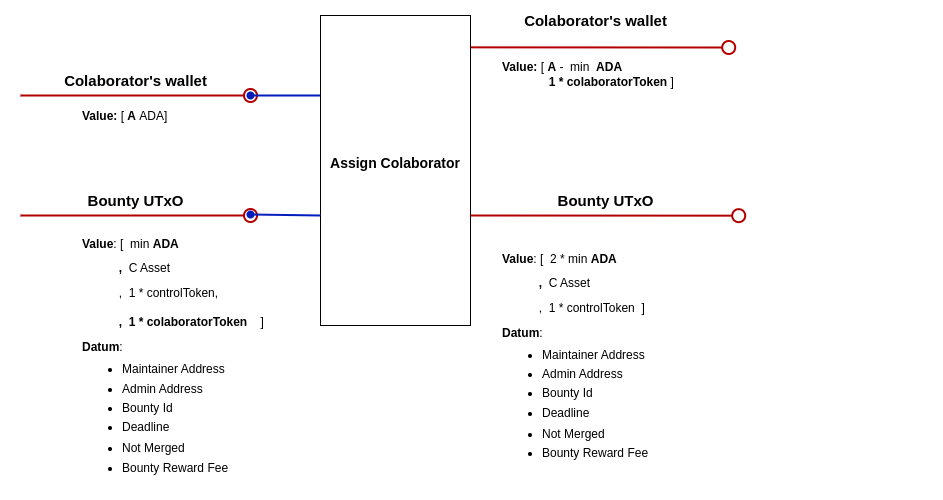
Above: docs/img/assignContributor.png in githoney-io/githoney-smart-contract (draw.io), before the change. Source tidied: cells renumbered, new cells last; positions are measured from the earlier drawing's top-left corner, leaving out a move shared by most shapes. Source of this version:
```xml
<mxGraphModel>
  <root>
    <mxCell id="0" />
    <mxCell id="1" parent="0" />
    <mxCell id="2" style="endArrow=oval;html=1;rounded=0;strokeWidth=2;fillColor=#e51400;strokeColor=#B20000;startArrow=none;startFill=0;endFill=0;endSize=13;" parent="1" edge="1">
      <mxGeometry relative="1" as="geometry">
        <mxPoint y="90" as="sourcePoint" />
        <mxPoint x="230" y="90" as="targetPoint" />
      </mxGeometry>
    </mxCell>
    <mxCell id="3" style="endArrow=oval;html=1;rounded=0;fillColor=#0050ef;strokeColor=#001DBC;shadow=0;strokeWidth=2;startArrow=none;startFill=0;endFill=1;endSize=6;" parent="1" edge="1">
      <mxGeometry relative="1" as="geometry">
        <mxPoint x="350" y="90" as="sourcePoint" />
        <mxPoint x="230" y="90" as="targetPoint" />
      </mxGeometry>
    </mxCell>
    <mxCell id="4" value="&lt;b&gt;Value: &lt;/b&gt;[&lt;b&gt;&amp;nbsp;A&lt;/b&gt;&amp;nbsp;ADA]" style="text;html=1;strokeColor=none;fillColor=none;align=left;verticalAlign=middle;whiteSpace=wrap;rounded=0;" parent="1" vertex="1">
      <mxGeometry x="60" y="90" width="174" height="41" as="geometry" />
    </mxCell>
    <mxCell id="5" style="endArrow=oval;html=1;rounded=0;strokeWidth=2;fillColor=#e51400;strokeColor=#B20000;startArrow=none;startFill=0;endFill=0;endSize=13;exitX=1.015;exitY=0.384;exitDx=0;exitDy=0;exitPerimeter=0;" parent="1" edge="1">
      <mxGeometry relative="1" as="geometry">
        <mxPoint x="440" y="41.8" as="sourcePoint" />
        <mxPoint x="708.2" y="42" as="targetPoint" />
      </mxGeometry>
    </mxCell>
    <mxCell id="6" value="&lt;b&gt;Value: &lt;/b&gt;[&lt;b&gt;&amp;nbsp;&lt;/b&gt;&lt;b&gt;A&lt;/b&gt;&amp;nbsp;-&amp;nbsp; min &lt;b&gt;&amp;nbsp;ADA&lt;/b&gt;&lt;div&gt;&lt;span style=&quot;background-color: initial;&quot;&gt;&lt;span style=&quot;white-space: pre;&quot;&gt;&#9;&lt;/span&gt;&amp;nbsp; &amp;nbsp; &amp;nbsp; &lt;b&gt;1 * colaboratorToken&lt;/b&gt; ]&lt;/span&gt;&lt;/div&gt;" style="text;html=1;strokeColor=none;fillColor=none;align=left;verticalAlign=middle;whiteSpace=wrap;rounded=0;" parent="1" vertex="1">
      <mxGeometry x="480" y="40" width="250" height="57" as="geometry" />
    </mxCell>
    <mxCell id="7" value="&lt;font style=&quot;&quot;&gt;&lt;span style=&quot;font-weight: bold; font-size: 14px;&quot;&gt;Assign Colaborator&lt;/span&gt;&lt;/font&gt;&lt;br&gt;&lt;font style=&quot;&quot;&gt;&lt;br&gt;&lt;/font&gt;" style="rounded=0;whiteSpace=wrap;html=1;" parent="1" vertex="1">
      <mxGeometry x="300" y="10" width="150" height="310" as="geometry" />
    </mxCell>
    <mxCell id="8" value="&lt;font style=&quot;font-size: 15px;&quot;&gt;&lt;b style=&quot;font-size: 12px;&quot;&gt;&lt;font style=&quot;font-size: 15px;&quot;&gt;Colaborator's wallet&lt;/font&gt;&lt;/b&gt;&lt;b&gt;&lt;br&gt;&lt;/b&gt;&lt;/font&gt;" style="text;html=1;align=center;verticalAlign=middle;strokeColor=none;fillColor=none;" parent="1" vertex="1">
      <mxGeometry x="30" y="60" width="170" height="30" as="geometry" />
    </mxCell>
    <mxCell id="9" value="&lt;font style=&quot;font-size: 15px;&quot;&gt;&lt;b&gt;Bounty UTxO&lt;/b&gt;&lt;/font&gt;" style="text;html=1;align=center;verticalAlign=middle;strokeColor=none;fillColor=none;" parent="1" vertex="1">
      <mxGeometry x="525" y="180" width="120" height="30" as="geometry" />
    </mxCell>
    <mxCell id="10" style="endArrow=oval;html=1;rounded=0;strokeWidth=2;fillColor=#e51400;strokeColor=#B20000;startArrow=none;startFill=0;endFill=0;endSize=13;exitX=1.015;exitY=0.384;exitDx=0;exitDy=0;exitPerimeter=0;" parent="1" edge="1">
      <mxGeometry relative="1" as="geometry">
        <mxPoint x="450" y="210" as="sourcePoint" />
        <mxPoint x="718.2" y="210.2" as="targetPoint" />
      </mxGeometry>
    </mxCell>
    <mxCell id="11" value="&lt;p style=&quot;line-height: 100%;&quot;&gt;&lt;b&gt;Value&lt;/b&gt;: [&amp;nbsp; min&lt;b&gt;&amp;nbsp;ADA&lt;/b&gt;&lt;/p&gt;&lt;p style=&quot;line-height: 100%;&quot;&gt;&lt;b&gt;&lt;span style=&quot;white-space: pre;&quot;&gt;&#9;&lt;/span&gt;&amp;nbsp; &amp;nbsp;,&amp;nbsp; &lt;/b&gt;C Asset&lt;br&gt;&lt;/p&gt;&lt;span style=&quot;background-color: initial;&quot;&gt;&amp;nbsp; &amp;nbsp; &amp;nbsp; &amp;nbsp; &amp;nbsp; &amp;nbsp;,&amp;nbsp; 1 * controlToken,&lt;/span&gt;&lt;div&gt;&lt;br&gt;&lt;div&gt;&lt;b style=&quot;background-color: initial;&quot;&gt;&lt;span style=&quot;white-space: pre;&quot;&gt;&#9;&lt;/span&gt;&amp;nbsp; &amp;nbsp;,&amp;nbsp; &lt;/b&gt;&lt;span style=&quot;background-color: initial;&quot;&gt;&lt;b&gt;1 * colaboratorToken&lt;/b&gt;&lt;/span&gt;&lt;b style=&quot;background-color: initial;&quot;&gt;&amp;nbsp; &amp;nbsp;&amp;nbsp;&lt;/b&gt;&lt;span style=&quot;background-color: initial;&quot;&gt;]&amp;nbsp;&lt;/span&gt;&lt;br&gt;&lt;p style=&quot;line-height: 100%;&quot;&gt;&lt;b&gt;Datum&lt;/b&gt;:&lt;/p&gt;&lt;ul style=&quot;line-height: 80%;&quot;&gt;&lt;li&gt;Maintainer Address&lt;/li&gt;&lt;br&gt;&lt;li&gt;Admin Address&amp;nbsp; &amp;nbsp; &amp;nbsp; &amp;nbsp; &amp;nbsp; &amp;nbsp;&lt;br&gt;&lt;br&gt;&lt;/li&gt;&lt;li&gt;Bounty Id&lt;br&gt;&amp;nbsp; &amp;nbsp; &amp;nbsp;&lt;/li&gt;&lt;li&gt;Deadline&lt;/li&gt;&lt;/ul&gt;&lt;ul style=&quot;line-height: 80%;&quot;&gt;&lt;li&gt;Not Merged&lt;br&gt;&lt;br&gt;&lt;/li&gt;&lt;li&gt;Bounty Reward Fee&lt;br&gt;&lt;br&gt;&lt;/li&gt;&lt;/ul&gt;&lt;p&gt;&lt;/p&gt;&lt;/div&gt;&lt;/div&gt;" style="text;html=1;strokeColor=none;fillColor=none;align=left;verticalAlign=middle;whiteSpace=wrap;rounded=0;" parent="1" vertex="1">
      <mxGeometry x="60" y="230" width="437.4" height="250" as="geometry" />
    </mxCell>
    <mxCell id="12" value="&lt;font style=&quot;font-size: 15px;&quot;&gt;&lt;b style=&quot;font-size: 12px;&quot;&gt;&lt;font style=&quot;font-size: 15px;&quot;&gt;Colaborator's wallet&lt;/font&gt;&lt;/b&gt;&lt;b&gt;&lt;br&gt;&lt;/b&gt;&lt;/font&gt;" style="text;html=1;align=center;verticalAlign=middle;strokeColor=none;fillColor=none;" parent="1" vertex="1">
      <mxGeometry x="490.2" width="170" height="30" as="geometry" />
    </mxCell>
    <mxCell id="13" style="endArrow=oval;html=1;rounded=0;strokeWidth=2;fillColor=#e51400;strokeColor=#B20000;startArrow=none;startFill=0;endFill=0;endSize=13;" parent="1" edge="1">
      <mxGeometry relative="1" as="geometry">
        <mxPoint y="210" as="sourcePoint" />
        <mxPoint x="230" y="210" as="targetPoint" />
      </mxGeometry>
    </mxCell>
    <mxCell id="14" style="endArrow=oval;html=1;rounded=0;fillColor=#0050ef;strokeColor=#001DBC;shadow=0;strokeWidth=2;startArrow=none;startFill=0;endFill=1;endSize=6;" parent="1" edge="1">
      <mxGeometry relative="1" as="geometry">
        <mxPoint x="300" y="210" as="sourcePoint" />
        <mxPoint x="230" y="209" as="targetPoint" />
      </mxGeometry>
    </mxCell>
    <mxCell id="15" value="&lt;font style=&quot;font-size: 15px;&quot;&gt;&lt;b&gt;Bounty UTxO&lt;/b&gt;&lt;/font&gt;" style="text;html=1;align=center;verticalAlign=middle;strokeColor=none;fillColor=none;" parent="1" vertex="1">
      <mxGeometry x="55" y="180" width="120" height="30" as="geometry" />
    </mxCell>
    <mxCell id="16" value="&lt;p style=&quot;line-height: 100%;&quot;&gt;&lt;b&gt;Value&lt;/b&gt;: [&amp;nbsp; 2 * min&lt;b&gt;&amp;nbsp;ADA&lt;/b&gt;&lt;/p&gt;&lt;p style=&quot;line-height: 100%;&quot;&gt;&lt;b&gt;&lt;span style=&quot;white-space: pre;&quot;&gt;&#9;&lt;/span&gt;&amp;nbsp; &amp;nbsp;,&amp;nbsp; &lt;/b&gt;C Asset&lt;br&gt;&lt;/p&gt;&lt;span style=&quot;background-color: initial;&quot;&gt;&amp;nbsp; &amp;nbsp; &amp;nbsp; &amp;nbsp; &amp;nbsp; &amp;nbsp;,&amp;nbsp; 1 * controlToken&lt;/span&gt;&lt;b style=&quot;background-color: initial;&quot;&gt;&amp;nbsp;&amp;nbsp;&lt;/b&gt;&lt;span style=&quot;background-color: initial;&quot;&gt;]&amp;nbsp;&lt;/span&gt;&lt;div&gt;&lt;div&gt;&lt;p style=&quot;line-height: 100%;&quot;&gt;&lt;b&gt;Datum&lt;/b&gt;:&lt;/p&gt;&lt;ul style=&quot;line-height: 80%;&quot;&gt;&lt;li&gt;Maintainer Address&lt;/li&gt;&lt;br&gt;&lt;li&gt;Admin Address&amp;nbsp; &amp;nbsp; &amp;nbsp; &amp;nbsp; &amp;nbsp; &amp;nbsp;&lt;br&gt;&amp;nbsp; &amp;nbsp; &amp;nbsp;&lt;/li&gt;&lt;li&gt;Bounty Id&lt;br&gt;&lt;br&gt;&lt;/li&gt;&lt;li&gt;Deadline&lt;/li&gt;&lt;/ul&gt;&lt;ul style=&quot;line-height: 80%;&quot;&gt;&lt;li&gt;Not Merged&lt;br&gt;&lt;br&gt;&lt;/li&gt;&lt;li&gt;Bounty Reward Fee&lt;br&gt;&lt;br&gt;&lt;/li&gt;&lt;/ul&gt;&lt;p&gt;&lt;/p&gt;&lt;/div&gt;&lt;/div&gt;" style="text;html=1;strokeColor=none;fillColor=none;align=left;verticalAlign=middle;whiteSpace=wrap;rounded=0;" parent="1" vertex="1">
      <mxGeometry x="480" y="230" width="437.4" height="250" as="geometry" />
    </mxCell>
  </root>
</mxGraphModel>
```
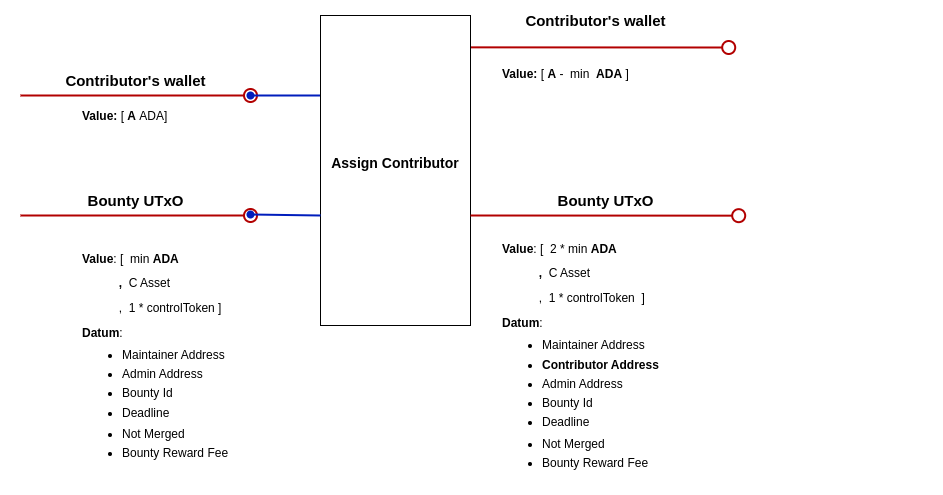
Above is the later version.

Commit message:
Design with contributor in datum

Diff of the diagram source:
```diff
@@ -23,14 +23,14 @@
         <mxPoint x="708.2" y="42" as="targetPoint" />
       </mxGeometry>
     </mxCell>
-    <mxCell id="6" value="&lt;b&gt;Value: &lt;/b&gt;[&lt;b&gt;&amp;nbsp;&lt;/b&gt;&lt;b&gt;A&lt;/b&gt;&amp;nbsp;-&amp;nbsp; min &lt;b&gt;&amp;nbsp;ADA&lt;/b&gt;&lt;div&gt;&lt;span style=&quot;background-color: initial;&quot;&gt;&lt;span style=&quot;white-space: pre;&quot;&gt;&#9;&lt;/span&gt;&amp;nbsp; &amp;nbsp; &amp;nbsp; &lt;b&gt;1 * colaboratorToken&lt;/b&gt; ]&lt;/span&gt;&lt;/div&gt;" style="text;html=1;strokeColor=none;fillColor=none;align=left;verticalAlign=middle;whiteSpace=wrap;rounded=0;" parent="1" vertex="1">
+    <mxCell id="6" value="&lt;b&gt;Value: &lt;/b&gt;[&lt;b&gt;&amp;nbsp;&lt;/b&gt;&lt;b&gt;A&lt;/b&gt;&amp;nbsp;-&amp;nbsp; min &lt;b&gt;&amp;nbsp;ADA&lt;/b&gt;&lt;span style=&quot;background-color: initial;&quot;&gt;&amp;nbsp;]&lt;/span&gt;" style="text;html=1;strokeColor=none;fillColor=none;align=left;verticalAlign=middle;whiteSpace=wrap;rounded=0;" parent="1" vertex="1">
       <mxGeometry x="480" y="40" width="250" height="57" as="geometry" />
     </mxCell>
-    <mxCell id="7" value="&lt;font style=&quot;&quot;&gt;&lt;span style=&quot;font-weight: bold; font-size: 14px;&quot;&gt;Assign Colaborator&lt;/span&gt;&lt;/font&gt;&lt;br&gt;&lt;font style=&quot;&quot;&gt;&lt;br&gt;&lt;/font&gt;" style="rounded=0;whiteSpace=wrap;html=1;" parent="1" vertex="1">
+    <mxCell id="7" value="&lt;font style=&quot;&quot;&gt;&lt;span style=&quot;font-weight: bold; font-size: 14px;&quot;&gt;Assign Contributor&lt;/span&gt;&lt;/font&gt;&lt;br&gt;&lt;font style=&quot;&quot;&gt;&lt;br&gt;&lt;/font&gt;" style="rounded=0;whiteSpace=wrap;html=1;" parent="1" vertex="1">
       <mxGeometry x="300" y="10" width="150" height="310" as="geometry" />
     </mxCell>
-    <mxCell id="8" value="&lt;font style=&quot;font-size: 15px;&quot;&gt;&lt;b style=&quot;font-size: 12px;&quot;&gt;&lt;font style=&quot;font-size: 15px;&quot;&gt;Colaborator's wallet&lt;/font&gt;&lt;/b&gt;&lt;b&gt;&lt;br&gt;&lt;/b&gt;&lt;/font&gt;" style="text;html=1;align=center;verticalAlign=middle;strokeColor=none;fillColor=none;" parent="1" vertex="1">
-      <mxGeometry x="30" y="60" width="170" height="30" as="geometry" />
+    <mxCell id="8" value="&lt;font style=&quot;font-size: 15px;&quot;&gt;&lt;b style=&quot;font-size: 12px;&quot;&gt;&lt;font style=&quot;font-size: 15px;&quot;&gt;Contributor's wallet&lt;/font&gt;&lt;/b&gt;&lt;b&gt;&lt;br&gt;&lt;/b&gt;&lt;/font&gt;" style="text;html=1;align=center;verticalAlign=middle;strokeColor=none;fillColor=none;" parent="1" vertex="1">
+      <mxGeometry x="35" y="60" width="160" height="30" as="geometry" />
     </mxCell>
     <mxCell id="9" value="&lt;font style=&quot;font-size: 15px;&quot;&gt;&lt;b&gt;Bounty UTxO&lt;/b&gt;&lt;/font&gt;" style="text;html=1;align=center;verticalAlign=middle;strokeColor=none;fillColor=none;" parent="1" vertex="1">
       <mxGeometry x="525" y="180" width="120" height="30" as="geometry" />
@@ -41,11 +41,11 @@
         <mxPoint x="718.2" y="210.2" as="targetPoint" />
       </mxGeometry>
     </mxCell>
-    <mxCell id="11" value="&lt;p style=&quot;line-height: 100%;&quot;&gt;&lt;b&gt;Value&lt;/b&gt;: [&amp;nbsp; min&lt;b&gt;&amp;nbsp;ADA&lt;/b&gt;&lt;/p&gt;&lt;p style=&quot;line-height: 100%;&quot;&gt;&lt;b&gt;&lt;span style=&quot;white-space: pre;&quot;&gt;&#9;&lt;/span&gt;&amp;nbsp; &amp;nbsp;,&amp;nbsp; &lt;/b&gt;C Asset&lt;br&gt;&lt;/p&gt;&lt;span style=&quot;background-color: initial;&quot;&gt;&amp;nbsp; &amp;nbsp; &amp;nbsp; &amp;nbsp; &amp;nbsp; &amp;nbsp;,&amp;nbsp; 1 * controlToken,&lt;/span&gt;&lt;div&gt;&lt;br&gt;&lt;div&gt;&lt;b style=&quot;background-color: initial;&quot;&gt;&lt;span style=&quot;white-space: pre;&quot;&gt;&#9;&lt;/span&gt;&amp;nbsp; &amp;nbsp;,&amp;nbsp; &lt;/b&gt;&lt;span style=&quot;background-color: initial;&quot;&gt;&lt;b&gt;1 * colaboratorToken&lt;/b&gt;&lt;/span&gt;&lt;b style=&quot;background-color: initial;&quot;&gt;&amp;nbsp; &amp;nbsp;&amp;nbsp;&lt;/b&gt;&lt;span style=&quot;background-color: initial;&quot;&gt;]&amp;nbsp;&lt;/span&gt;&lt;br&gt;&lt;p style=&quot;line-height: 100%;&quot;&gt;&lt;b&gt;Datum&lt;/b&gt;:&lt;/p&gt;&lt;ul style=&quot;line-height: 80%;&quot;&gt;&lt;li&gt;Maintainer Address&lt;/li&gt;&lt;br&gt;&lt;li&gt;Admin Address&amp;nbsp; &amp;nbsp; &amp;nbsp; &amp;nbsp; &amp;nbsp; &amp;nbsp;&lt;br&gt;&lt;br&gt;&lt;/li&gt;&lt;li&gt;Bounty Id&lt;br&gt;&amp;nbsp; &amp;nbsp; &amp;nbsp;&lt;/li&gt;&lt;li&gt;Deadline&lt;/li&gt;&lt;/ul&gt;&lt;ul style=&quot;line-height: 80%;&quot;&gt;&lt;li&gt;Not Merged&lt;br&gt;&lt;br&gt;&lt;/li&gt;&lt;li&gt;Bounty Reward Fee&lt;br&gt;&lt;br&gt;&lt;/li&gt;&lt;/ul&gt;&lt;p&gt;&lt;/p&gt;&lt;/div&gt;&lt;/div&gt;" style="text;html=1;strokeColor=none;fillColor=none;align=left;verticalAlign=middle;whiteSpace=wrap;rounded=0;" parent="1" vertex="1">
+    <mxCell id="11" value="&lt;p style=&quot;line-height: 100%;&quot;&gt;&lt;b&gt;Value&lt;/b&gt;: [&amp;nbsp; min&lt;b&gt;&amp;nbsp;ADA&lt;/b&gt;&lt;/p&gt;&lt;p style=&quot;line-height: 100%;&quot;&gt;&lt;b&gt;&lt;span style=&quot;white-space: pre;&quot;&gt;&#9;&lt;/span&gt;&amp;nbsp; &amp;nbsp;,&amp;nbsp; &lt;/b&gt;C Asset&lt;br&gt;&lt;/p&gt;&lt;span style=&quot;background-color: initial;&quot;&gt;&amp;nbsp; &amp;nbsp; &amp;nbsp; &amp;nbsp; &amp;nbsp; &amp;nbsp;,&amp;nbsp; 1 * controlToken&lt;/span&gt;&lt;b style=&quot;background-color: initial;&quot;&gt;&amp;nbsp;&lt;/b&gt;&lt;span style=&quot;background-color: initial;&quot;&gt;]&amp;nbsp;&lt;/span&gt;&lt;div&gt;&lt;p style=&quot;line-height: 100%;&quot;&gt;&lt;b&gt;Datum&lt;/b&gt;:&lt;/p&gt;&lt;ul style=&quot;line-height: 80%;&quot;&gt;&lt;li&gt;Maintainer Address&lt;br&gt;&lt;/li&gt;&lt;br&gt;&lt;li&gt;Admin Address&amp;nbsp; &amp;nbsp; &amp;nbsp; &amp;nbsp; &amp;nbsp; &amp;nbsp;&lt;br&gt;&lt;br&gt;&lt;/li&gt;&lt;li&gt;Bounty Id&lt;br&gt;&amp;nbsp; &amp;nbsp; &amp;nbsp;&lt;/li&gt;&lt;li&gt;Deadline&lt;/li&gt;&lt;/ul&gt;&lt;ul style=&quot;line-height: 80%;&quot;&gt;&lt;li&gt;Not Merged&lt;br&gt;&lt;br&gt;&lt;/li&gt;&lt;li&gt;Bounty Reward Fee&lt;br&gt;&lt;br&gt;&lt;/li&gt;&lt;/ul&gt;&lt;p&gt;&lt;/p&gt;&lt;/div&gt;" style="text;html=1;strokeColor=none;fillColor=none;align=left;verticalAlign=middle;whiteSpace=wrap;rounded=0;" parent="1" vertex="1">
       <mxGeometry x="60" y="230" width="437.4" height="250" as="geometry" />
     </mxCell>
-    <mxCell id="12" value="&lt;font style=&quot;font-size: 15px;&quot;&gt;&lt;b style=&quot;font-size: 12px;&quot;&gt;&lt;font style=&quot;font-size: 15px;&quot;&gt;Colaborator's wallet&lt;/font&gt;&lt;/b&gt;&lt;b&gt;&lt;br&gt;&lt;/b&gt;&lt;/font&gt;" style="text;html=1;align=center;verticalAlign=middle;strokeColor=none;fillColor=none;" parent="1" vertex="1">
-      <mxGeometry x="490.2" width="170" height="30" as="geometry" />
+    <mxCell id="12" value="&lt;font style=&quot;font-size: 15px;&quot;&gt;&lt;b style=&quot;font-size: 12px;&quot;&gt;&lt;font style=&quot;font-size: 15px;&quot;&gt;Contributor's wallet&lt;/font&gt;&lt;/b&gt;&lt;b&gt;&lt;br&gt;&lt;/b&gt;&lt;/font&gt;" style="text;html=1;align=center;verticalAlign=middle;strokeColor=none;fillColor=none;" parent="1" vertex="1">
+      <mxGeometry x="495.2" width="160" height="30" as="geometry" />
     </mxCell>
     <mxCell id="13" style="endArrow=oval;html=1;rounded=0;strokeWidth=2;fillColor=#e51400;strokeColor=#B20000;startArrow=none;startFill=0;endFill=0;endSize=13;" parent="1" edge="1">
       <mxGeometry relative="1" as="geometry">
@@ -62,7 +62,7 @@
     <mxCell id="15" value="&lt;font style=&quot;font-size: 15px;&quot;&gt;&lt;b&gt;Bounty UTxO&lt;/b&gt;&lt;/font&gt;" style="text;html=1;align=center;verticalAlign=middle;strokeColor=none;fillColor=none;" parent="1" vertex="1">
       <mxGeometry x="55" y="180" width="120" height="30" as="geometry" />
     </mxCell>
-    <mxCell id="16" value="&lt;p style=&quot;line-height: 100%;&quot;&gt;&lt;b&gt;Value&lt;/b&gt;: [&amp;nbsp; 2 * min&lt;b&gt;&amp;nbsp;ADA&lt;/b&gt;&lt;/p&gt;&lt;p style=&quot;line-height: 100%;&quot;&gt;&lt;b&gt;&lt;span style=&quot;white-space: pre;&quot;&gt;&#9;&lt;/span&gt;&amp;nbsp; &amp;nbsp;,&amp;nbsp; &lt;/b&gt;C Asset&lt;br&gt;&lt;/p&gt;&lt;span style=&quot;background-color: initial;&quot;&gt;&amp;nbsp; &amp;nbsp; &amp;nbsp; &amp;nbsp; &amp;nbsp; &amp;nbsp;,&amp;nbsp; 1 * controlToken&lt;/span&gt;&lt;b style=&quot;background-color: initial;&quot;&gt;&amp;nbsp;&amp;nbsp;&lt;/b&gt;&lt;span style=&quot;background-color: initial;&quot;&gt;]&amp;nbsp;&lt;/span&gt;&lt;div&gt;&lt;div&gt;&lt;p style=&quot;line-height: 100%;&quot;&gt;&lt;b&gt;Datum&lt;/b&gt;:&lt;/p&gt;&lt;ul style=&quot;line-height: 80%;&quot;&gt;&lt;li&gt;Maintainer Address&lt;/li&gt;&lt;br&gt;&lt;li&gt;Admin Address&amp;nbsp; &amp;nbsp; &amp;nbsp; &amp;nbsp; &amp;nbsp; &amp;nbsp;&lt;br&gt;&amp;nbsp; &amp;nbsp; &amp;nbsp;&lt;/li&gt;&lt;li&gt;Bounty Id&lt;br&gt;&lt;br&gt;&lt;/li&gt;&lt;li&gt;Deadline&lt;/li&gt;&lt;/ul&gt;&lt;ul style=&quot;line-height: 80%;&quot;&gt;&lt;li&gt;Not Merged&lt;br&gt;&lt;br&gt;&lt;/li&gt;&lt;li&gt;Bounty Reward Fee&lt;br&gt;&lt;br&gt;&lt;/li&gt;&lt;/ul&gt;&lt;p&gt;&lt;/p&gt;&lt;/div&gt;&lt;/div&gt;" style="text;html=1;strokeColor=none;fillColor=none;align=left;verticalAlign=middle;whiteSpace=wrap;rounded=0;" parent="1" vertex="1">
+    <mxCell id="16" value="&lt;p style=&quot;line-height: 100%;&quot;&gt;&lt;b&gt;Value&lt;/b&gt;: [&amp;nbsp; 2 * min&lt;b&gt;&amp;nbsp;ADA&lt;/b&gt;&lt;/p&gt;&lt;p style=&quot;line-height: 100%;&quot;&gt;&lt;b&gt;&lt;span style=&quot;white-space: pre;&quot;&gt;&#9;&lt;/span&gt;&amp;nbsp; &amp;nbsp;,&amp;nbsp; &lt;/b&gt;C Asset&lt;br&gt;&lt;/p&gt;&lt;span style=&quot;background-color: initial;&quot;&gt;&amp;nbsp; &amp;nbsp; &amp;nbsp; &amp;nbsp; &amp;nbsp; &amp;nbsp;,&amp;nbsp; 1 * controlToken&lt;/span&gt;&lt;b style=&quot;background-color: initial;&quot;&gt;&amp;nbsp;&amp;nbsp;&lt;/b&gt;&lt;span style=&quot;background-color: initial;&quot;&gt;]&amp;nbsp;&lt;/span&gt;&lt;div&gt;&lt;div&gt;&lt;p style=&quot;line-height: 100%;&quot;&gt;&lt;b&gt;Datum&lt;/b&gt;:&lt;/p&gt;&lt;ul style=&quot;line-height: 80%;&quot;&gt;&lt;li&gt;Maintainer Address&lt;br&gt;&lt;br&gt;&lt;/li&gt;&lt;li&gt;&lt;b&gt;Contributor Address&lt;/b&gt;&lt;/li&gt;&lt;br&gt;&lt;li&gt;Admin Address&amp;nbsp; &amp;nbsp; &amp;nbsp; &amp;nbsp; &amp;nbsp; &amp;nbsp;&lt;br&gt;&amp;nbsp; &amp;nbsp; &amp;nbsp;&lt;/li&gt;&lt;li&gt;Bounty Id&lt;br&gt;&lt;br&gt;&lt;/li&gt;&lt;li&gt;Deadline&lt;/li&gt;&lt;/ul&gt;&lt;ul style=&quot;line-height: 80%;&quot;&gt;&lt;li&gt;Not Merged&lt;br&gt;&lt;br&gt;&lt;/li&gt;&lt;li&gt;Bounty Reward Fee&lt;br&gt;&lt;br&gt;&lt;/li&gt;&lt;/ul&gt;&lt;p&gt;&lt;/p&gt;&lt;/div&gt;&lt;/div&gt;" style="text;html=1;strokeColor=none;fillColor=none;align=left;verticalAlign=middle;whiteSpace=wrap;rounded=0;" parent="1" vertex="1">
       <mxGeometry x="480" y="230" width="437.4" height="250" as="geometry" />
     </mxCell>
   </root>
```
